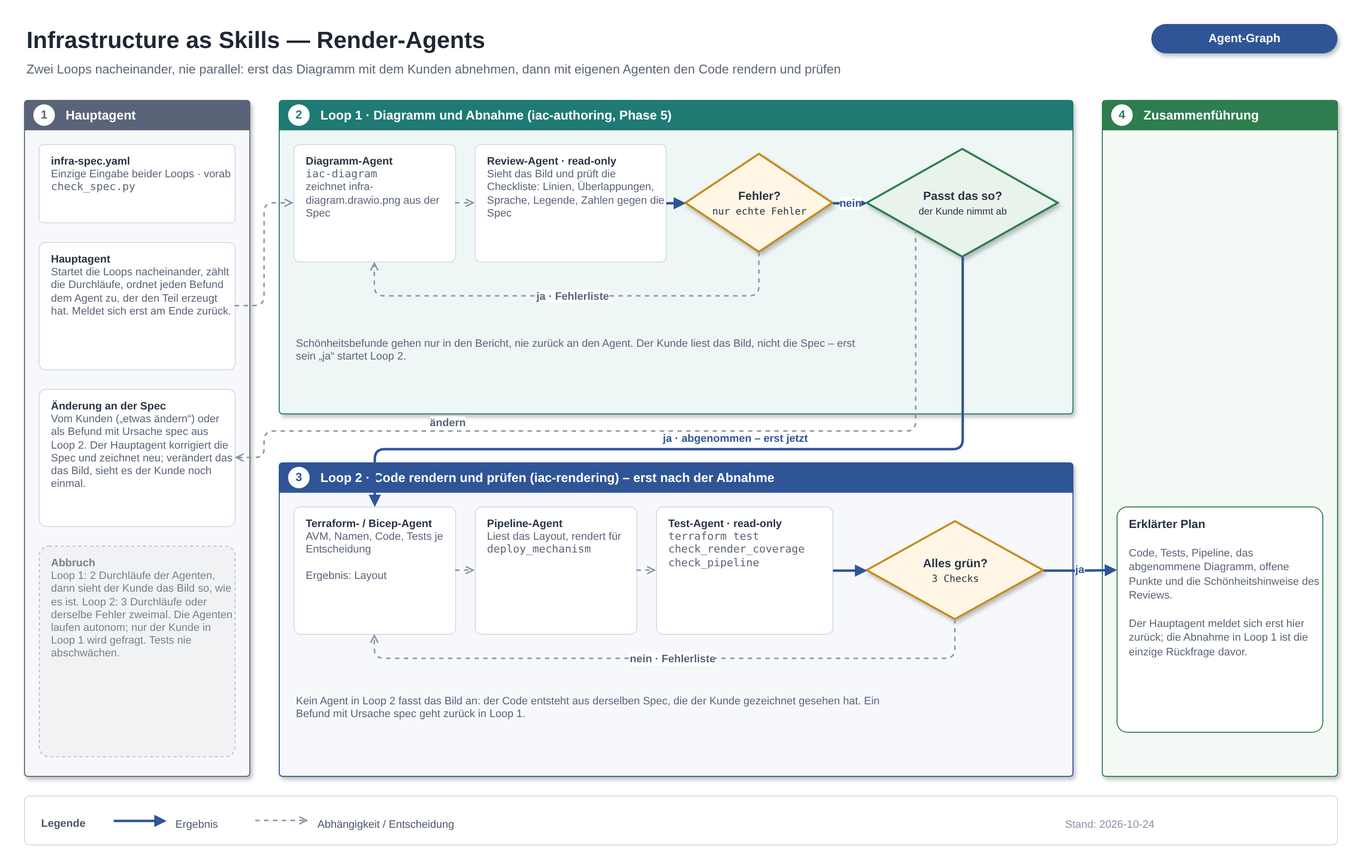
The draw.io diagram docs/process-agents.drawio.png in LemurDaniel/Infrastructure-as-Skills-Azure, before a commit. Source tidied: cells renumbered, new cells last; positions are measured from the earlier drawing's top-left corner, leaving out a move shared by most shapes.
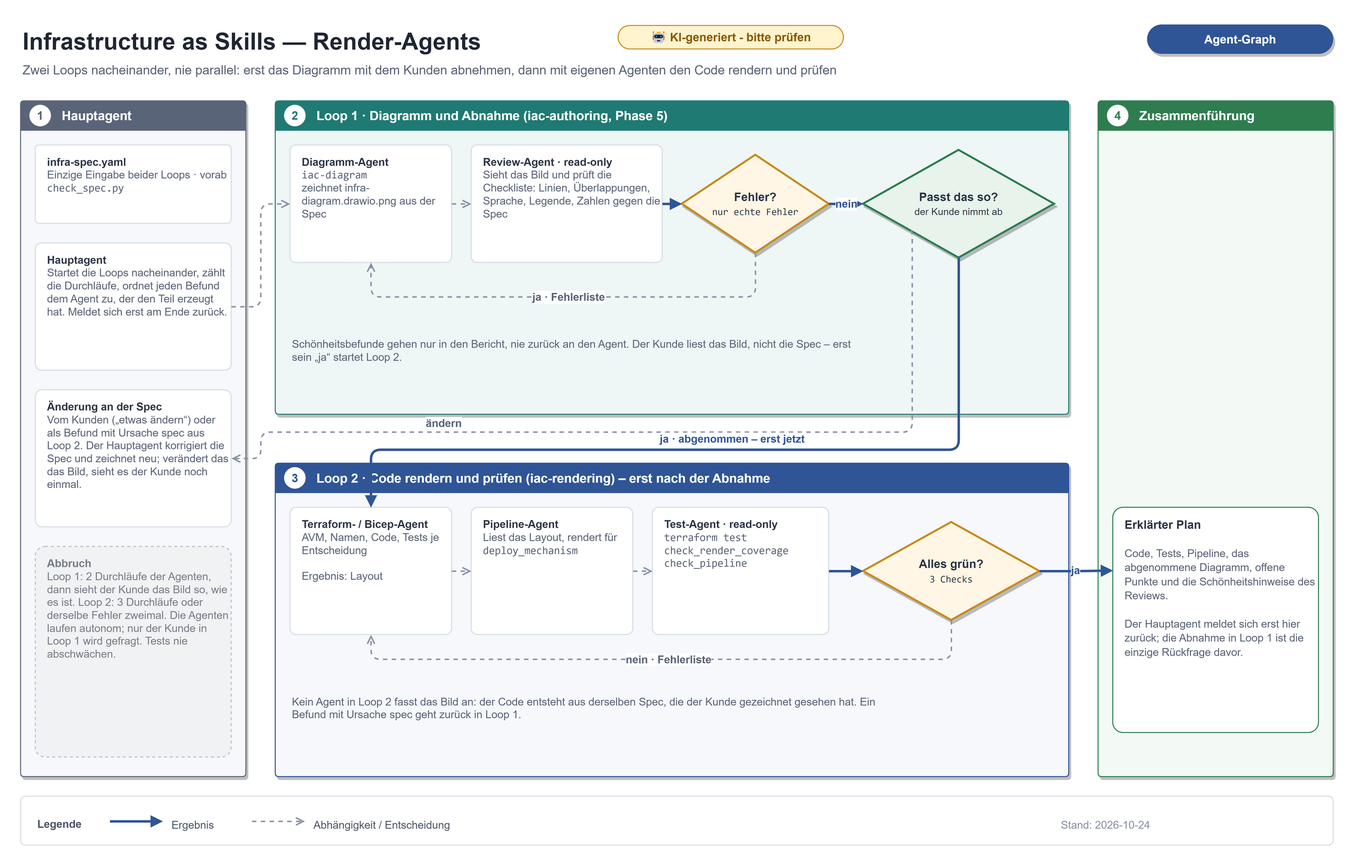
After the change.

What changed in the source:
```diff
@@ -3,7 +3,7 @@
     <mxCell id="0" />
     <mxCell id="1" parent="0" />
     <mxCell id="2" value="Infrastructure as Skills — Render-Agents" style="text;fontSize=24;fontStyle=1;fontColor=#1F2633;align=left;fontFamily=Helvetica;html=1;whiteSpace=wrap;" parent="1" vertex="1">
-      <mxGeometry width="800" height="34" as="geometry" />
+      <mxGeometry width="600" height="34" as="geometry" />
     </mxCell>
     <mxCell id="3" value="Zwei Loops nacheinander, nie parallel: erst das Diagramm mit dem Kunden abnehmen, dann mit eigenen Agenten den Code rendern und prüfen" style="text;fontSize=13;fontColor=#5A6478;align=left;fontFamily=Helvetica;html=1;whiteSpace=wrap;" parent="1" vertex="1">
       <mxGeometry y="36" width="1100" height="20" as="geometry" />
@@ -177,5 +177,8 @@
     <mxCell id="50" value="Stand: 2026-10-24" style="text;align=left;verticalAlign=top;fontSize=11;fontColor=#8A93A6;fontFamily=Helvetica;html=1;whiteSpace=wrap;" parent="1" vertex="1">
       <mxGeometry x="1060" y="808" width="270" height="20" as="geometry" />
     </mxCell>
+    <mxCell id="51" value="🤖 KI-generiert - bitte prüfen" style="rounded=1;arcSize=50;html=1;align=center;verticalAlign=middle;whiteSpace=wrap;fontSize=12;fontStyle=1;fontColor=#8A5A00;fillColor=#FFF4CE;strokeColor=#C98A1B;" parent="1" vertex="1">
+      <mxGeometry x="610" y="5" width="230" height="24" as="geometry" />
+    </mxCell>
   </root>
 </mxGraphModel>
```
